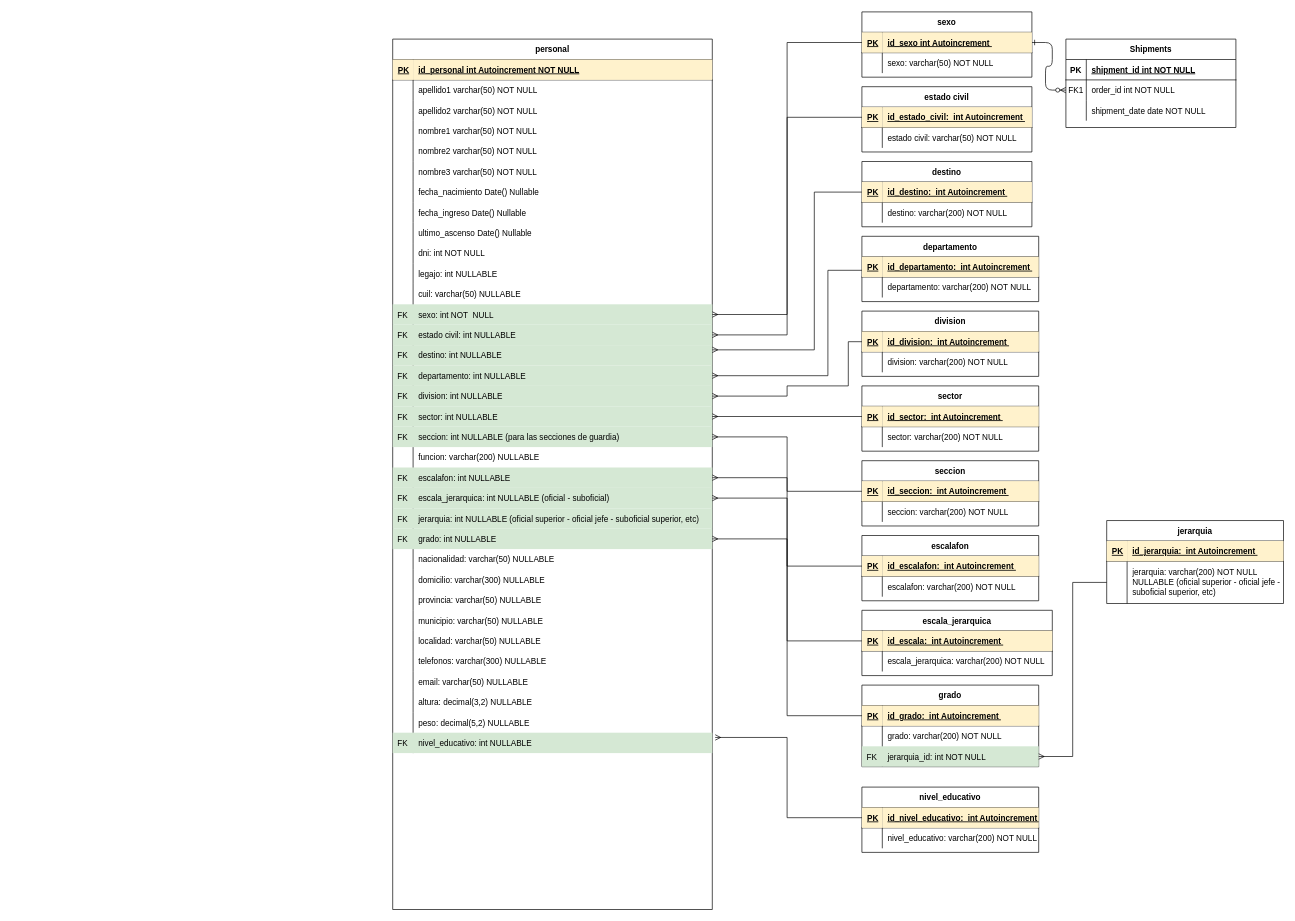
Above: Cuerpo Penitenciario.drawio in FSALVA157/EsquemasER (draw.io), before the change. Source tidied: cells renumbered, new cells numbered last; positions are measured from the earlier drawing's top-left corner, leaving out a move shared by most shapes. Both pictures are drawn from the tidied source at 68%, with x=0, y=0 at pixel (392, 12).
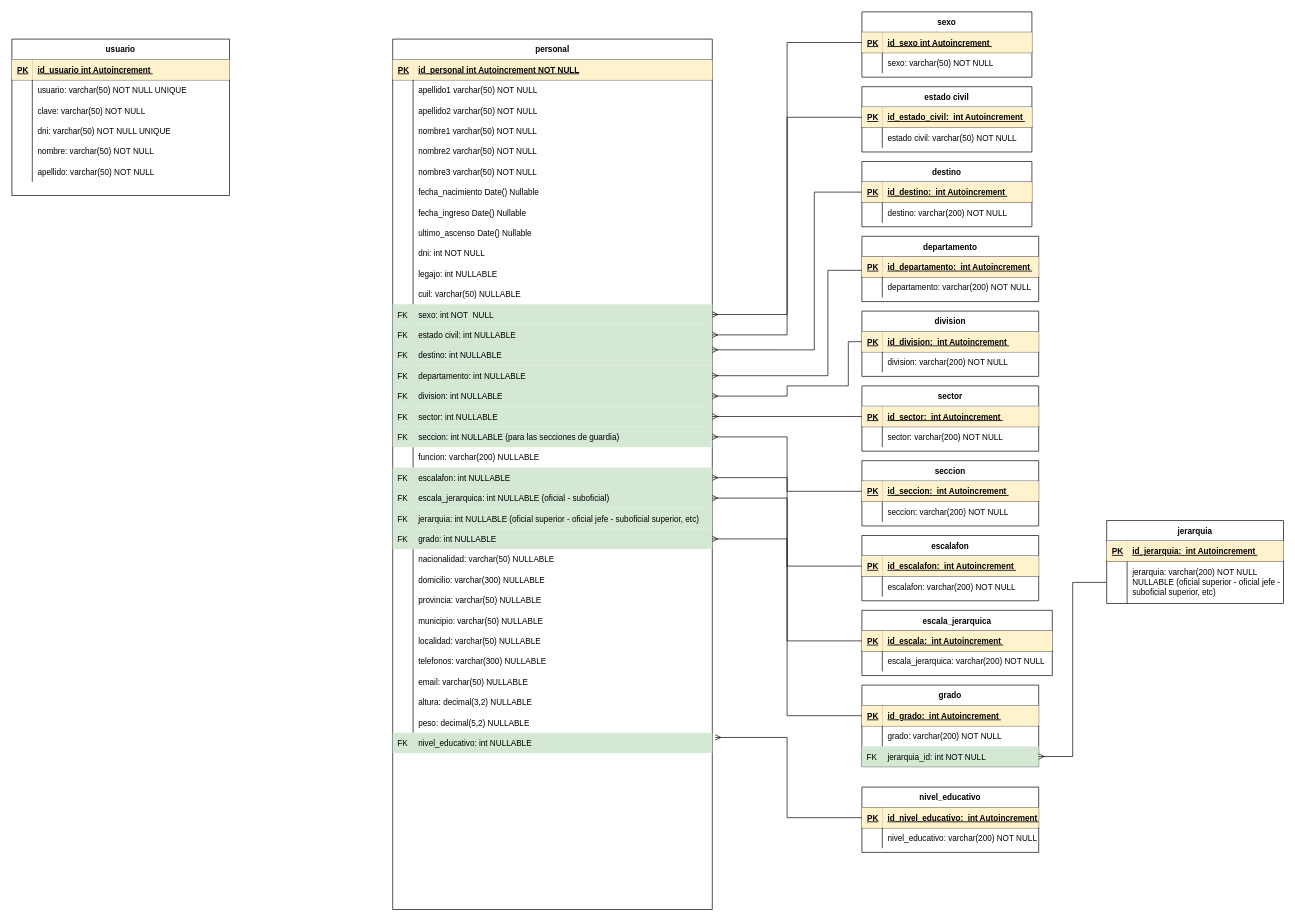
The same page after the edit.

The change refers to these unchanged cells:
```xml
<mxCell id="107" style="shape=partialRectangle;fillColor=none;points=[[0,0.5],[1,0.5]];portConstraint=eastwest;top=0;left=0;right=0;bottom=1;" parent="106" vertex="1">
  <mxGeometry y="30" width="250" height="30" as="geometry" />
</mxCell>
```

What changed in the source:
```diff
@@
-    <mxCell id="105" style="edgeStyle=entityRelationEdgeStyle;endArrow=ERzeroToMany;startArrow=ERone;endFill=1;startFill=0;" parent="1" edge="1" source="107" target="117">
-      <mxGeometry relative="1" as="geometry" />
-    </mxCell>
@@
-    <mxCell id="113" value="Shipments" style="shape=table;startSize=30;childLayout=tableLayout;rowLines=0;fontStyle=1;align=center;" parent="1" vertex="1">
-      <mxGeometry x="990" y="40" width="250" height="130" as="geometry" />
-    </mxCell>
-    <mxCell id="114" style="shape=partialRectangle;fillColor=none;top=0;left=0;right=0;bottom=1;" parent="113" vertex="1">
-      <mxGeometry y="30" width="250" height="30" as="geometry" />
-    </mxCell>
-    <mxCell id="115" value="PK" style="shape=partialRectangle;overflow=hidden;fillColor=none;top=0;left=0;bottom=0;right=0;fontStyle=1;" parent="114" vertex="1">
-      <mxGeometry width="30" height="30" as="geometry" />
-    </mxCell>
-    <mxCell id="116" value="shipment_id int NOT NULL " style="shape=partialRectangle;overflow=hidden;fillColor=none;top=0;left=0;bottom=0;right=0;align=left;spacingLeft=6;fontStyle=5;" parent="114" vertex="1">
-      <mxGeometry x="30" width="220" height="30" as="geometry" />
-    </mxCell>
-    <mxCell id="117" style="shape=partialRectangle;fillColor=none;points=[[0,0.5],[1,0.5]];portConstraint=eastwest;top=0;left=0;right=0;bottom=0;" parent="113" vertex="1">
-      <mxGeometry y="60" width="250" height="30" as="geometry" />
-    </mxCell>
-    <mxCell id="118" value="FK1" style="shape=partialRectangle;overflow=hidden;fillColor=none;top=0;left=0;bottom=0;right=0;" parent="117" vertex="1">
-      <mxGeometry width="30" height="30" as="geometry" />
-    </mxCell>
-    <mxCell id="119" value="order_id int NOT NULL" style="shape=partialRectangle;overflow=hidden;fillColor=none;top=0;left=0;bottom=0;right=0;align=left;spacingLeft=6;" parent="117" vertex="1">
-      <mxGeometry x="30" width="220" height="30" as="geometry" />
-    </mxCell>
-    <mxCell id="120" style="shape=partialRectangle;fillColor=none;top=0;left=0;right=0;bottom=0;" parent="113" vertex="1">
-      <mxGeometry y="90" width="250" height="30" as="geometry" />
-    </mxCell>
-    <mxCell id="121" style="shape=partialRectangle;overflow=hidden;fillColor=none;top=0;left=0;bottom=0;right=0;" parent="120" vertex="1">
-      <mxGeometry width="30" height="30" as="geometry" />
-    </mxCell>
-    <mxCell id="122" value="shipment_date date NOT NULL" style="shape=partialRectangle;overflow=hidden;fillColor=none;top=0;left=0;bottom=0;right=0;align=left;spacingLeft=6;" parent="120" vertex="1">
-      <mxGeometry x="30" width="220" height="30" as="geometry" />
-    </mxCell>
@@
+    <mxCell id="215" value="usuario" style="shape=table;startSize=30;childLayout=tableLayout;rowLines=0;fontStyle=1;align=center;" parent="1" vertex="1">
+      <mxGeometry x="-560" y="40" width="320" height="230" as="geometry" />
+    </mxCell>
+    <mxCell id="216" style="shape=partialRectangle;fillColor=none;top=0;left=0;right=0;bottom=1;" parent="215" vertex="1">
+      <mxGeometry y="30" width="320" height="30" as="geometry" />
+    </mxCell>
+    <mxCell id="115" value="PK" style="shape=partialRectangle;overflow=hidden;fillColor=#fff2cc;top=0;left=0;bottom=0;right=0;fontStyle=5;align=left;strokeColor=#d6b656;spacingLeft=6;" parent="216" vertex="1">
+      <mxGeometry width="30" height="30" as="geometry" />
+    </mxCell>
+    <mxCell id="217" value="id_usuario int Autoincrement " style="shape=partialRectangle;overflow=hidden;fillColor=#fff2cc;top=0;left=0;bottom=0;right=0;align=left;fontStyle=5;strokeColor=#d6b656;spacingLeft=6;" parent="216" vertex="1">
+      <mxGeometry x="30" width="290" height="30" as="geometry" />
+    </mxCell>
+    <mxCell id="218" style="shape=partialRectangle;fillColor=none;top=0;left=0;right=0;bottom=0;" parent="215" vertex="1">
+      <mxGeometry y="60" width="320" height="30" as="geometry" />
+    </mxCell>
+    <mxCell id="219" style="shape=partialRectangle;overflow=hidden;fillColor=none;top=0;left=0;bottom=0;right=0;" parent="218" vertex="1">
+      <mxGeometry width="30" height="30" as="geometry" />
+    </mxCell>
+    <mxCell id="220" value="usuario: varchar(50) NOT NULL UNIQUE" style="shape=partialRectangle;overflow=hidden;fillColor=none;top=0;left=0;bottom=0;right=0;align=left;spacingLeft=6;" parent="218" vertex="1">
+      <mxGeometry x="30" width="290" height="30" as="geometry" />
+    </mxCell>
+    <mxCell id="221" style="shape=partialRectangle;fillColor=none;top=0;left=0;right=0;bottom=0;" parent="215" vertex="1">
+      <mxGeometry y="90" width="320" height="30" as="geometry" />
+    </mxCell>
+    <mxCell id="222" style="shape=partialRectangle;overflow=hidden;fillColor=none;top=0;left=0;bottom=0;right=0;" parent="221" vertex="1">
+      <mxGeometry width="30" height="30" as="geometry" />
+    </mxCell>
+    <mxCell id="223" value="clave: varchar(50) NOT NULL" style="shape=partialRectangle;overflow=hidden;fillColor=none;top=0;left=0;bottom=0;right=0;align=left;spacingLeft=6;" parent="221" vertex="1">
+      <mxGeometry x="30" width="290" height="30" as="geometry" />
+    </mxCell>
+    <mxCell id="224" style="shape=partialRectangle;fillColor=none;top=0;left=0;right=0;bottom=0;" parent="215" vertex="1">
+      <mxGeometry y="120" width="320" height="30" as="geometry" />
+    </mxCell>
+    <mxCell id="225" style="shape=partialRectangle;overflow=hidden;fillColor=none;top=0;left=0;bottom=0;right=0;" parent="224" vertex="1">
+      <mxGeometry width="30" height="30" as="geometry" />
+    </mxCell>
+    <mxCell id="226" value="dni: varchar(50) NOT NULL UNIQUE" style="shape=partialRectangle;overflow=hidden;fillColor=none;top=0;left=0;bottom=0;right=0;align=left;spacingLeft=6;" parent="224" vertex="1">
+      <mxGeometry x="30" width="290" height="30" as="geometry" />
+    </mxCell>
+    <mxCell id="227" style="shape=partialRectangle;fillColor=none;top=0;left=0;right=0;bottom=0;" parent="215" vertex="1">
+      <mxGeometry y="150" width="320" height="30" as="geometry" />
+    </mxCell>
+    <mxCell id="228" style="shape=partialRectangle;overflow=hidden;fillColor=none;top=0;left=0;bottom=0;right=0;" parent="227" vertex="1">
+      <mxGeometry width="30" height="30" as="geometry" />
+    </mxCell>
+    <mxCell id="229" value="nombre: varchar(50) NOT NULL" style="shape=partialRectangle;overflow=hidden;fillColor=none;top=0;left=0;bottom=0;right=0;align=left;spacingLeft=6;" parent="227" vertex="1">
+      <mxGeometry x="30" width="290" height="30" as="geometry" />
+    </mxCell>
+    <mxCell id="230" style="shape=partialRectangle;fillColor=none;top=0;left=0;right=0;bottom=0;" parent="215" vertex="1">
+      <mxGeometry y="180" width="320" height="30" as="geometry" />
+    </mxCell>
+    <mxCell id="231" style="shape=partialRectangle;overflow=hidden;fillColor=none;top=0;left=0;bottom=0;right=0;" parent="230" vertex="1">
+      <mxGeometry width="30" height="30" as="geometry" />
+    </mxCell>
+    <mxCell id="232" value="apellido: varchar(50) NOT NULL" style="shape=partialRectangle;overflow=hidden;fillColor=none;top=0;left=0;bottom=0;right=0;align=left;spacingLeft=6;" parent="230" vertex="1">
+      <mxGeometry x="30" width="290" height="30" as="geometry" />
+    </mxCell>
```
